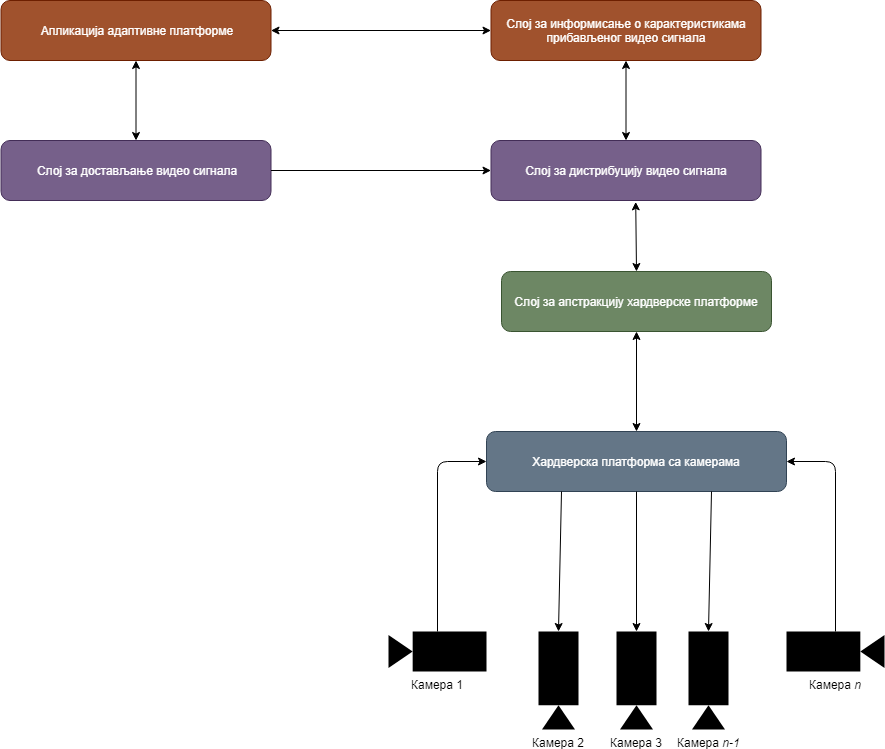
Before: res/full-comm.png, a diagram exported from draw.io (rondor1/msc). Source tidied: cells renumbered, new cells last; positions are measured from the earlier drawing's top-left corner, leaving out a move shared by most shapes.
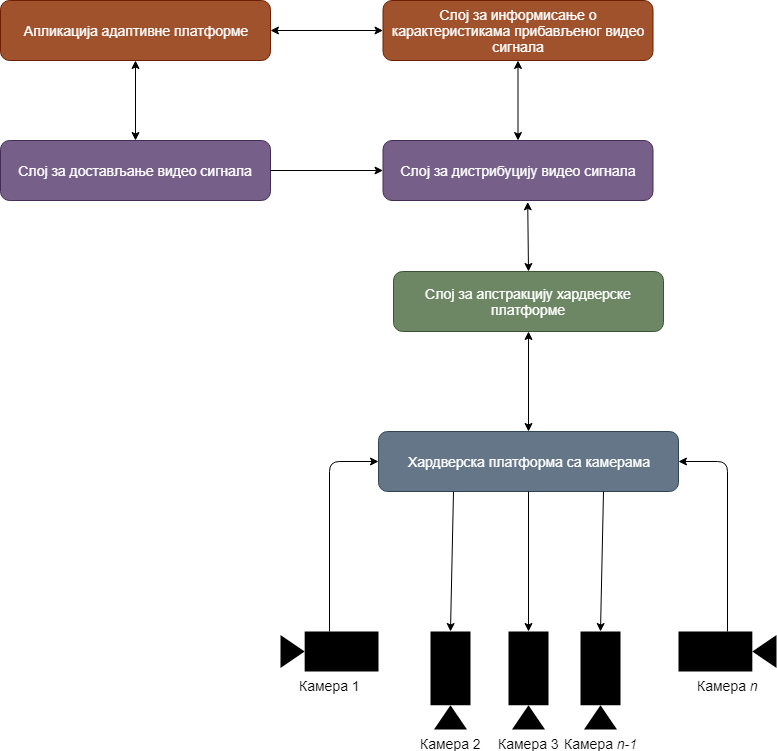
Later version of the same file.

Change to the diagram source:
```diff
@@ -2,17 +2,17 @@
   <root>
     <mxCell id="0" />
     <mxCell id="1" parent="0" />
-    <mxCell id="2" value="Слој за дистрибуцију видео сигнала" style="rounded=1;whiteSpace=wrap;html=1;fillColor=#76608a;strokeColor=#432D57;fontColor=#ffffff;" parent="1" vertex="1">
+    <mxCell id="2" value="&lt;font style=&quot;font-size: 14px&quot;&gt;Слој за дистрибуцију видео сигнала&lt;/font&gt;" style="rounded=1;whiteSpace=wrap;html=1;fillColor=#76608a;strokeColor=#432D57;fontColor=#ffffff;" parent="1" vertex="1">
       <mxGeometry x="490.5" y="140" width="270" height="60" as="geometry" />
     </mxCell>
-    <mxCell id="3" value="Слој за достављање видео сигнала" style="rounded=1;whiteSpace=wrap;html=1;fillColor=#76608a;strokeColor=#432D57;fontColor=#ffffff;" parent="1" vertex="1">
-      <mxGeometry x="0.5" y="140" width="270" height="60" as="geometry" />
+    <mxCell id="3" value="&lt;font style=&quot;font-size: 14px&quot;&gt;Слој за достављање видео сигнала&lt;/font&gt;" style="rounded=1;whiteSpace=wrap;html=1;fillColor=#76608a;strokeColor=#432D57;fontColor=#ffffff;" parent="1" vertex="1">
+      <mxGeometry x="108" y="140" width="270" height="60" as="geometry" />
     </mxCell>
-    <mxCell id="4" value="Слој за информисање о карактеристикама прибављеног видео сигнала" style="rounded=1;whiteSpace=wrap;html=1;fillColor=#a0522d;strokeColor=#6D1F00;fontColor=#ffffff;" parent="1" vertex="1">
+    <mxCell id="4" value="&lt;font style=&quot;font-size: 14px&quot;&gt;Слој за информисање о карактеристикама прибављеног видео сигнала&lt;/font&gt;" style="rounded=1;whiteSpace=wrap;html=1;fillColor=#a0522d;strokeColor=#6D1F00;fontColor=#ffffff;" parent="1" vertex="1">
       <mxGeometry x="490.5" width="270" height="60" as="geometry" />
     </mxCell>
-    <mxCell id="5" value="Апликација адаптивне платформе" style="rounded=1;whiteSpace=wrap;html=1;fillColor=#a0522d;strokeColor=#6D1F00;fontColor=#ffffff;" parent="1" vertex="1">
-      <mxGeometry x="0.5" width="270" height="60" as="geometry" />
+    <mxCell id="5" value="&lt;font style=&quot;font-size: 14px&quot;&gt;Апликација адаптивне платформе&lt;/font&gt;" style="rounded=1;whiteSpace=wrap;html=1;fillColor=#a0522d;strokeColor=#6D1F00;fontColor=#ffffff;" parent="1" vertex="1">
+      <mxGeometry x="108" width="270" height="60" as="geometry" />
     </mxCell>
     <mxCell id="6" style="endArrow=classic;startArrow=classic;html=1;entryX=0.5;entryY=0;entryDx=0;entryDy=0;exitX=0.5;exitY=1;exitDx=0;exitDy=0;" parent="1" edge="1" source="4" target="2">
       <mxGeometry relative="1" as="geometry" />
@@ -26,16 +26,16 @@
     <mxCell id="9" style="endArrow=classic;html=1;entryX=0;entryY=0.5;entryDx=0;entryDy=0;" parent="1" edge="1" source="3" target="2">
       <mxGeometry relative="1" as="geometry" />
     </mxCell>
-    <mxCell id="10" value="&lt;span style=&quot;white-space: normal&quot;&gt;Слој за апстракцију хардверске платформе&lt;/span&gt;" style="rounded=1;whiteSpace=wrap;html=1;fillColor=#6d8764;strokeColor=#3A5431;fontColor=#ffffff;" parent="1" vertex="1">
+    <mxCell id="10" value="&lt;span style=&quot;white-space: normal&quot;&gt;&lt;font style=&quot;font-size: 14px&quot;&gt;Слој за апстракцију хардверске платформе&lt;/font&gt;&lt;/span&gt;" style="rounded=1;whiteSpace=wrap;html=1;fillColor=#6d8764;strokeColor=#3A5431;fontColor=#ffffff;" parent="1" vertex="1">
       <mxGeometry x="501" y="271" width="270" height="60" as="geometry" />
     </mxCell>
-    <mxCell id="11" value="Хардверска платформа са камерама" style="rounded=1;whiteSpace=wrap;html=1;fillColor=#647687;strokeColor=#314354;fontColor=#ffffff;" parent="1" vertex="1">
+    <mxCell id="11" value="&lt;font style=&quot;font-size: 14px&quot;&gt;Хардверска платформа са камерама&lt;/font&gt;" style="rounded=1;whiteSpace=wrap;html=1;fillColor=#647687;strokeColor=#314354;fontColor=#ffffff;" parent="1" vertex="1">
       <mxGeometry x="486" y="431" width="300" height="60" as="geometry" />
     </mxCell>
-    <mxCell id="12" value="Камера 1&lt;br&gt;" style="shape=mxgraph.signs.tech.video_camera;html=1;fillColor=#000000;strokeColor=none;verticalLabelPosition=bottom;verticalAlign=top;align=center;direction=west;" parent="1" vertex="1">
+    <mxCell id="12" value="&lt;font style=&quot;font-size: 14px&quot;&gt;Камера 1&lt;/font&gt;" style="shape=mxgraph.signs.tech.video_camera;html=1;fillColor=#000000;strokeColor=none;verticalLabelPosition=bottom;verticalAlign=top;align=center;direction=west;" parent="1" vertex="1">
       <mxGeometry x="388" y="631" width="98" height="40" as="geometry" />
     </mxCell>
-    <mxCell id="13" value="Камера&amp;nbsp;&lt;i&gt;n&lt;/i&gt;" style="shape=mxgraph.signs.tech.video_camera;html=1;fillColor=#000000;strokeColor=none;verticalLabelPosition=bottom;verticalAlign=top;align=center;direction=east;" parent="1" vertex="1">
+    <mxCell id="13" value="&lt;font style=&quot;font-size: 14px&quot;&gt;Камера&amp;nbsp;&lt;i&gt;n&lt;/i&gt;&lt;/font&gt;" style="shape=mxgraph.signs.tech.video_camera;html=1;fillColor=#000000;strokeColor=none;verticalLabelPosition=bottom;verticalAlign=top;align=center;direction=east;" parent="1" vertex="1">
       <mxGeometry x="786" y="631" width="98" height="40" as="geometry" />
     </mxCell>
     <mxCell id="14" style="endArrow=classic;html=1;entryX=1;entryY=0.5;entryDx=0;entryDy=0;exitX=0.5;exitY=0;exitDx=0;exitDy=0;exitPerimeter=0;" parent="1" edge="1" source="13" target="11">
@@ -52,19 +52,19 @@
         </Array>
       </mxGeometry>
     </mxCell>
-    <mxCell id="16" value="Камера 2" style="shape=mxgraph.signs.tech.video_camera;html=1;fillColor=#000000;strokeColor=none;verticalLabelPosition=bottom;verticalAlign=top;align=center;direction=south;" parent="1" vertex="1">
+    <mxCell id="16" value="&lt;font style=&quot;font-size: 14px&quot;&gt;Камера 2&lt;/font&gt;" style="shape=mxgraph.signs.tech.video_camera;html=1;fillColor=#000000;strokeColor=none;verticalLabelPosition=bottom;verticalAlign=top;align=center;direction=south;" parent="1" vertex="1">
       <mxGeometry x="538" y="631" width="40" height="98" as="geometry" />
     </mxCell>
     <mxCell id="17" style="endArrow=classic;html=1;entryX=0;entryY=0.5;entryDx=0;entryDy=0;entryPerimeter=0;exitX=0.25;exitY=1;exitDx=0;exitDy=0;" parent="1" edge="1" source="11" target="16">
       <mxGeometry relative="1" as="geometry" />
     </mxCell>
-    <mxCell id="18" value="Камера 3" style="shape=mxgraph.signs.tech.video_camera;html=1;fillColor=#000000;strokeColor=none;verticalLabelPosition=bottom;verticalAlign=top;align=center;direction=south;" parent="1" vertex="1">
+    <mxCell id="18" value="&lt;font style=&quot;font-size: 14px&quot;&gt;Камера 3&lt;/font&gt;" style="shape=mxgraph.signs.tech.video_camera;html=1;fillColor=#000000;strokeColor=none;verticalLabelPosition=bottom;verticalAlign=top;align=center;direction=south;" parent="1" vertex="1">
       <mxGeometry x="616" y="631" width="40" height="98" as="geometry" />
     </mxCell>
     <mxCell id="19" style="endArrow=classic;html=1;entryX=0;entryY=0.5;entryDx=0;entryDy=0;entryPerimeter=0;exitX=0.5;exitY=1;exitDx=0;exitDy=0;" parent="1" edge="1" source="11" target="18">
       <mxGeometry relative="1" as="geometry" />
     </mxCell>
-    <mxCell id="20" value="Камера &lt;i&gt;n-1&lt;/i&gt;" style="shape=mxgraph.signs.tech.video_camera;html=1;fillColor=#000000;strokeColor=none;verticalLabelPosition=bottom;verticalAlign=top;align=center;direction=south;" parent="1" vertex="1">
+    <mxCell id="20" value="&lt;font style=&quot;font-size: 14px&quot;&gt;Камера &lt;i&gt;n-1&lt;/i&gt;&lt;/font&gt;" style="shape=mxgraph.signs.tech.video_camera;html=1;fillColor=#000000;strokeColor=none;verticalLabelPosition=bottom;verticalAlign=top;align=center;direction=south;" parent="1" vertex="1">
       <mxGeometry x="688" y="631" width="40" height="98" as="geometry" />
     </mxCell>
     <mxCell id="21" style="endArrow=classic;html=1;entryX=0;entryY=0.5;entryDx=0;entryDy=0;entryPerimeter=0;exitX=0.75;exitY=1;exitDx=0;exitDy=0;" parent="1" edge="1" source="11" target="20">
```
